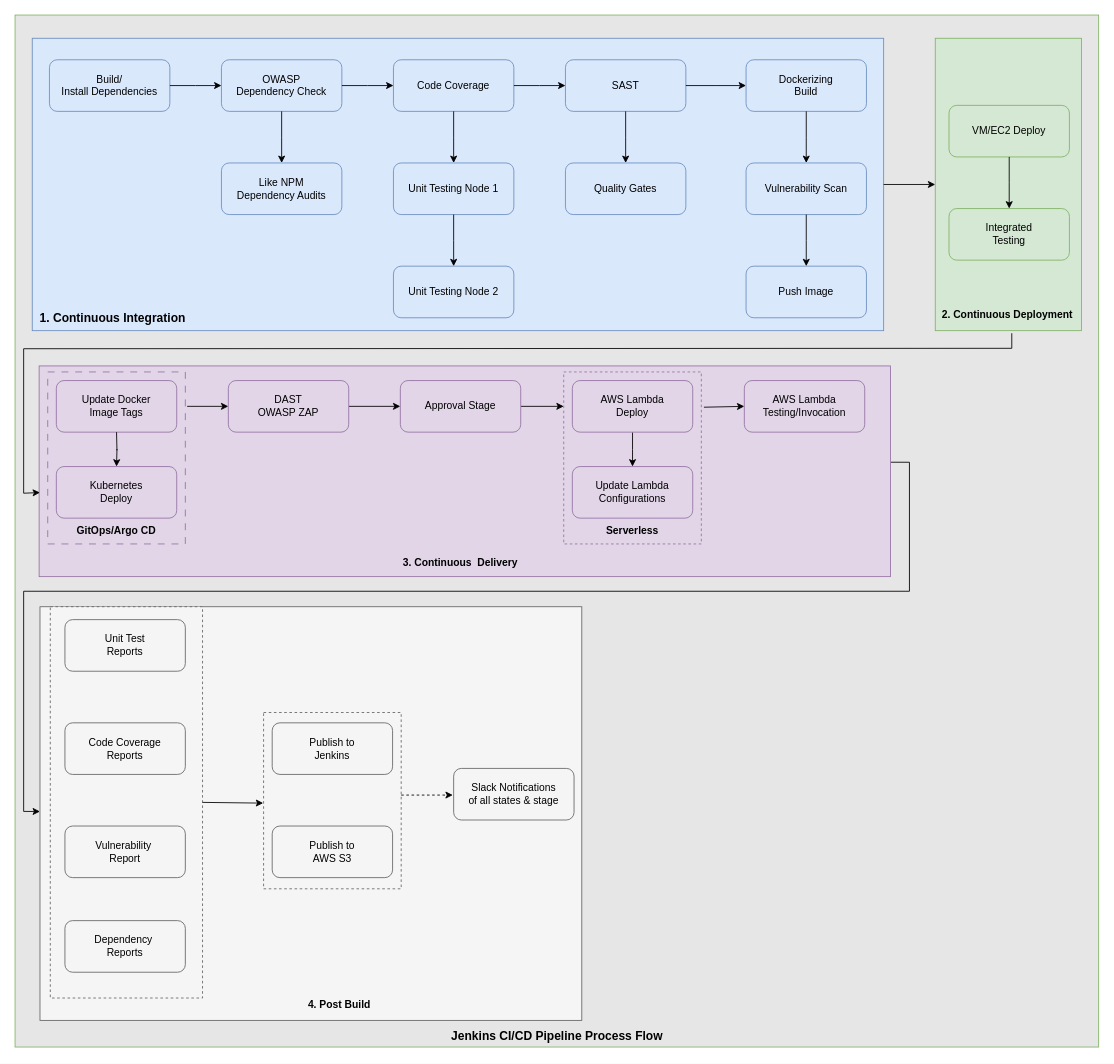
The draw.io diagram docs/jenkins-ci-cd-pipeline.drawio in jakir-ruet/jenkins-mastering, before the edit. Source tidied: cells renumbered, new cells numbered last; positions are measured from the earlier drawing's top-left corner, leaving out a move shared by most shapes. Both pictures are drawn from the tidied source at 86%, with x=0, y=0 at pixel (15, 15).
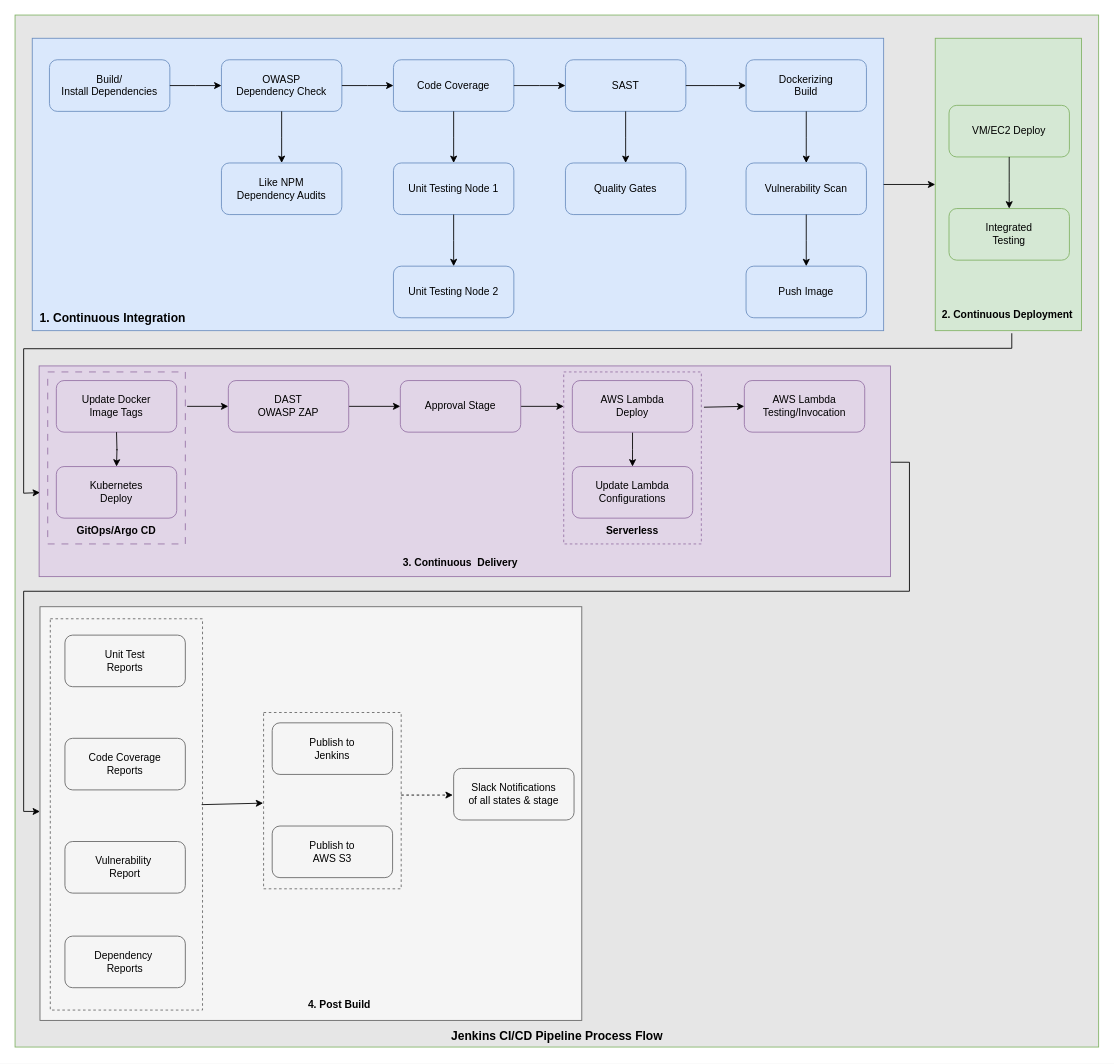
The same diagram, later.

Commit message (it also covers changes not shown here):
ci/cd pipeline process flow added

The change refers to these unchanged cells:
```xml
<mxCell id="3" style="group;" parent="1" vertex="1">
  <mxGeometry x="10" y="27" width="1230" height="1142" as="geometry" />
</mxCell>
<mxCell id="77" style="rounded=0;whiteSpace=wrap;html=1;dashed=1;fillColor=#f5f5f5;fontColor=#333333;strokeColor=#666666;" parent="76" vertex="1">
  <mxGeometry width="160" height="205" as="geometry" />
</mxCell>
```

Diff of the diagram source:
```diff
@@
     <mxCell id="61" style="rounded=0;whiteSpace=wrap;html=1;fillColor=#f5f5f5;strokeColor=#666666;fontColor=#333333;dashed=1;" parent="3" vertex="1">
-      <mxGeometry x="31" y="661" width="177" height="455" as="geometry" />
+      <mxGeometry x="31" y="675" width="177" height="455" as="geometry" />
     </mxCell>
@@
     <mxCell id="65" style="group;" parent="3" vertex="1">
-      <mxGeometry x="48" y="796" width="140" height="60" as="geometry" />
+      <mxGeometry x="48" y="814" width="140" height="60" as="geometry" />
     </mxCell>
@@
     <mxCell id="68" style="group;" parent="3" vertex="1">
-      <mxGeometry x="48" y="916" width="140" height="60" as="geometry" />
+      <mxGeometry x="48" y="934" width="140" height="60" as="geometry" />
     </mxCell>
@@
     <mxCell id="71" style="group;" parent="3" vertex="1">
-      <mxGeometry x="48" y="1026" width="140" height="60" as="geometry" />
+      <mxGeometry x="48" y="1044" width="140" height="60" as="geometry" />
     </mxCell>
@@
     <mxCell id="74" style="rounded=1;whiteSpace=wrap;html=1;fillColor=#f5f5f5;strokeColor=#666666;fontColor=#333333;" parent="3" vertex="1">
-      <mxGeometry x="48" y="676" width="140" height="60" as="geometry" />
+      <mxGeometry x="48" y="694" width="140" height="60" as="geometry" />
     </mxCell>
     <mxCell id="75" value="Unit Test&lt;div&gt;Reports&lt;/div&gt;" style="text;html=1;whiteSpace=wrap;strokeColor=none;fillColor=none;align=center;verticalAlign=middle;rounded=0;" parent="3" vertex="1">
-      <mxGeometry x="58" y="691" width="120" height="30" as="geometry" />
+      <mxGeometry x="58" y="709" width="120" height="30" as="geometry" />
     </mxCell>
@@
-    <mxCell id="83" style="endArrow=classic;html=1;rounded=0;exitX=1;exitY=0.5;exitDx=0;exitDy=0;entryX=-0.003;entryY=0.514;entryDx=0;entryDy=0;entryPerimeter=0;" parent="3" edge="1" source="61" target="77">
+    <mxCell id="83" style="endArrow=classic;html=1;rounded=0;exitX=0.994;exitY=0.475;exitDx=0;exitDy=0;entryX=-0.003;entryY=0.514;entryDx=0;entryDy=0;entryPerimeter=0;exitPerimeter=0;" parent="3" edge="1" source="61" target="77">
       <mxGeometry relative="1" as="geometry" />
     </mxCell>
```
